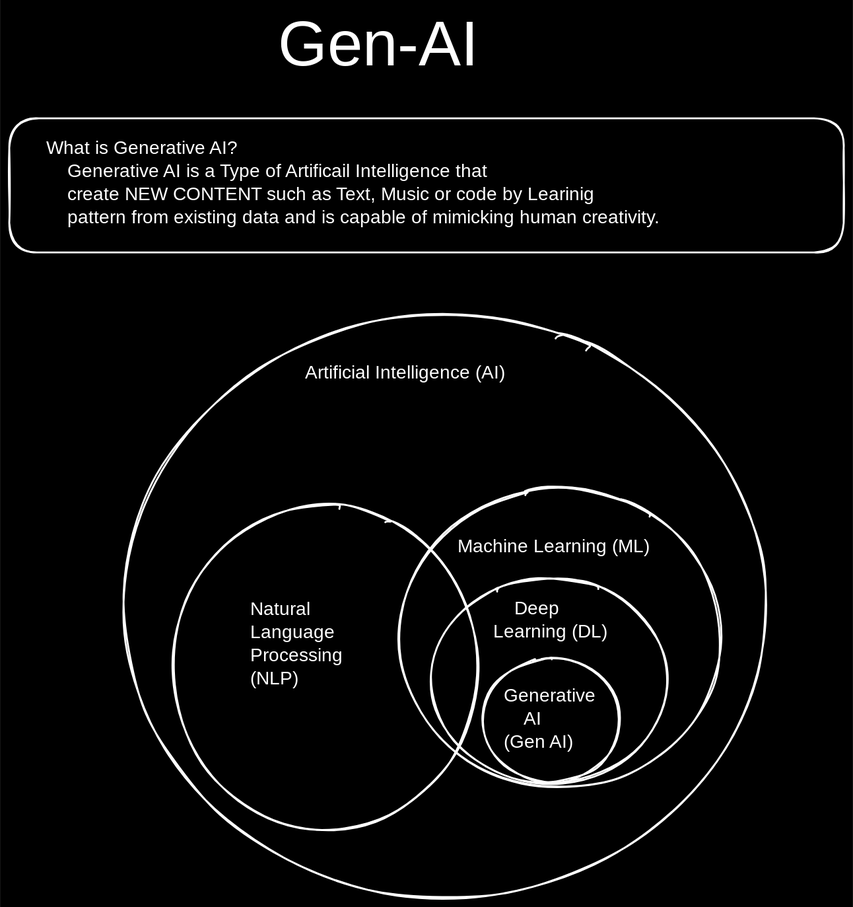
Before: notes/Introduction.excalidraw.svg, a diagram exported from Excalidraw (soumyadip-adak99/Gen-AI). Source tidied: one line per element, renumbered; positions are measured from the earlier drawing's top-left corner, leaving out a move shared by most shapes. The source it was exported from:
```json
{"id": 0, "type": "text", "text": "Gen-AI", "strokeColor": "#ffffff", "backgroundColor": "#000000", "fillStyle": "solid", "strokeWidth": 2, "roughness": 1, "fontSize": 68.91, "fontFamily": 5, "x": 291, "y": 0, "width": 237, "height": 86}
{"id": 1, "type": "text", "text": "What is Generative AI? \n    Generative AI is a Type of Artificail Intelligence that\n    create NEW CONTENT such as Text, Music or code by Learinig\n    pattern from existing data and is capable of mimicking human creativity.", "strokeColor": "#ffffff", "backgroundColor": "#000000", "fillStyle": "solid", "strokeWidth": 2, "roughness": 1, "fontSize": 20, "fontFamily": 8, "x": 40, "y": 139, "width": 836, "height": 100}
{"id": 2, "type": "rectangle", "strokeColor": "#ffffff", "strokeWidth": 2, "roughness": 1, "round": true, "x": 0, "y": 118, "width": 903, "height": 145}
{"id": 3, "type": "ellipse", "strokeColor": "#ffffff", "strokeWidth": 2, "roughness": 1, "round": true, "x": 124, "y": 330, "width": 695, "height": 631}
{"id": 4, "type": "text", "text": "Artificial Intelligence (AI)", "strokeColor": "#ffffff", "strokeWidth": 2, "roughness": 1, "fontSize": 20, "fontFamily": 8, "x": 320, "y": 382, "width": 308, "height": 25}
{"id": 5, "type": "ellipse", "strokeColor": "#ffffff", "strokeWidth": 2, "roughness": 1, "round": true, "x": 422, "y": 518, "width": 348, "height": 324}
{"id": 6, "type": "text", "text": "Machine Learning (ML)", "strokeColor": "#ffffff", "strokeWidth": 2, "roughness": 1, "fontSize": 20, "fontFamily": 8, "x": 485, "y": 570, "width": 231, "height": 25}
{"id": 7, "type": "ellipse", "strokeColor": "#ffffff", "strokeWidth": 2, "roughness": 1, "round": true, "x": 457, "y": 615, "width": 255, "height": 222}
{"id": 8, "type": "text", "text": "    Deep \nLearning (DL)", "strokeColor": "#ffffff", "strokeWidth": 2, "roughness": 1, "fontSize": 20, "fontFamily": 8, "x": 524, "y": 637, "width": 143, "height": 50}
{"id": 9, "type": "ellipse", "strokeColor": "#ffffff", "strokeWidth": 2, "roughness": 1, "round": true, "x": 512, "y": 702, "width": 149, "height": 134}
{"id": 10, "type": "ellipse", "strokeColor": "#ffffff", "strokeWidth": 2, "roughness": 1, "round": true, "x": 177, "y": 536, "width": 330, "height": 352}
{"id": 11, "type": "text", "text": "Generative\n    AI \n(Gen AI)", "strokeColor": "#ffffff", "strokeWidth": 2, "roughness": 1, "fontSize": 20, "fontFamily": 8, "x": 535, "y": 731, "width": 110, "height": 75}
{"id": 12, "type": "text", "text": "Natural \nLanguage \nProcessing\n(NLP)", "strokeColor": "#ffffff", "strokeWidth": 2, "roughness": 1, "fontSize": 20, "fontFamily": 8, "x": 261, "y": 638, "width": 110, "height": 100}
```
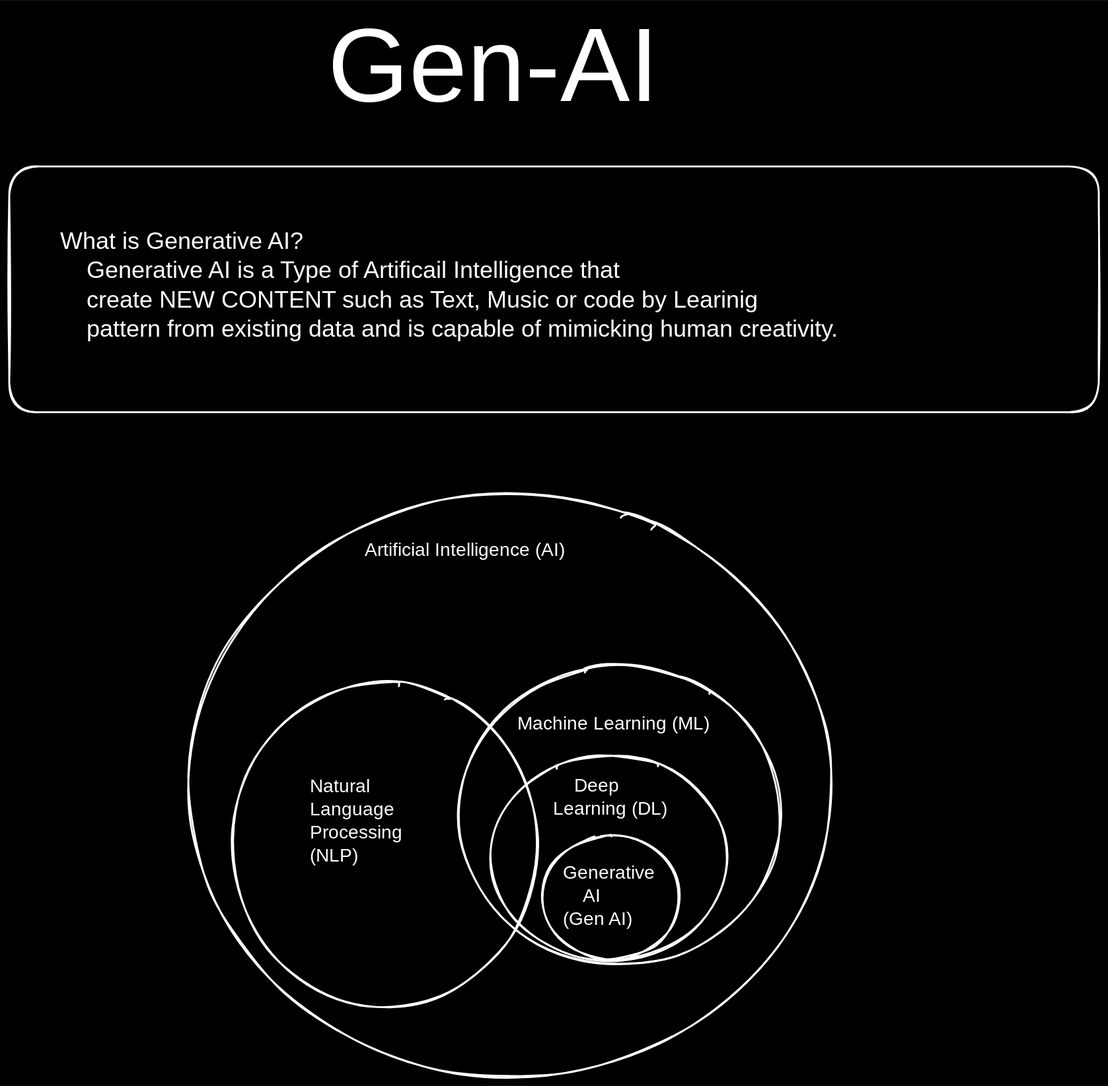
The same file after the commit.

Change to the diagram source:
```diff
@@ -1,7 +1,7 @@
-{"id": 0, "type": "text", "text": "Gen-AI", "strokeColor": "#ffffff", "backgroundColor": "#000000", "fillStyle": "solid", "strokeWidth": 2, "roughness": 1, "fontSize": 68.91, "fontFamily": 5, "x": 291, "y": 0, "width": 237, "height": 86}
+{"id": 0, "type": "text", "text": "Gen-AI", "strokeColor": "#ffffff", "backgroundColor": "#000000", "fillStyle": "solid", "strokeWidth": 2, "roughness": 1, "fontSize": 112.58, "fontFamily": 5, "x": 280, "y": -192, "width": 387, "height": 141}
-{"id": 1, "type": "text", "text": "What is Generative AI? \n    Generative AI is a Type of Artificail Intelligence that\n    create NEW CONTENT such as Text, Music or code by Learinig\n    pattern from existing data and is capable of mimicking human creativity.", "strokeColor": "#ffffff", "backgroundColor": "#000000", "fillStyle": "solid", "strokeWidth": 2, "roughness": 1, "fontSize": 20, "fontFamily": 8, "x": 40, "y": 139, "width": 836, "height": 100}
+{"id": 1, "type": "text", "text": "What is Generative AI? \n    Generative AI is a Type of Artificail Intelligence that\n    create NEW CONTENT such as Text, Music or code by Learinig\n    pattern from existing data and is capable of mimicking human creativity.", "strokeColor": "#ffffff", "backgroundColor": "#000000", "fillStyle": "solid", "strokeWidth": 2, "roughness": 1, "fontSize": 25.4, "fontFamily": 8, "x": -9, "y": 45, "width": 1062, "height": 127}
-{"id": 2, "type": "rectangle", "strokeColor": "#ffffff", "strokeWidth": 2, "roughness": 1, "round": true, "x": 0, "y": 118, "width": 903, "height": 145}
+{"id": 2, "type": "rectangle", "strokeColor": "#ffffff", "strokeWidth": 2, "roughness": 1, "round": true, "x": -64, "y": -22, "width": 1178, "height": 266}
-{"id": 3, "type": "ellipse", "strokeColor": "#ffffff", "strokeWidth": 2, "roughness": 1, "round": true, "x": 124, "y": 330, "width": 695, "height": 631}
+{"id": 3, "type": "ellipse", "strokeColor": "#ffffff", "strokeWidth": 2, "roughness": 1, "round": true, "x": 130, "y": 332, "width": 695, "height": 631}
 {"id": 4, "type": "text", "text": "Artificial Intelligence (AI)", "strokeColor": "#ffffff", "strokeWidth": 2, "roughness": 1, "fontSize": 20, "fontFamily": 8, "x": 320, "y": 382, "width": 308, "height": 25}
 {"id": 5, "type": "ellipse", "strokeColor": "#ffffff", "strokeWidth": 2, "roughness": 1, "round": true, "x": 422, "y": 518, "width": 348, "height": 324}
 {"id": 6, "type": "text", "text": "Machine Learning (ML)", "strokeColor": "#ffffff", "strokeWidth": 2, "roughness": 1, "fontSize": 20, "fontFamily": 8, "x": 485, "y": 570, "width": 231, "height": 25}
```
